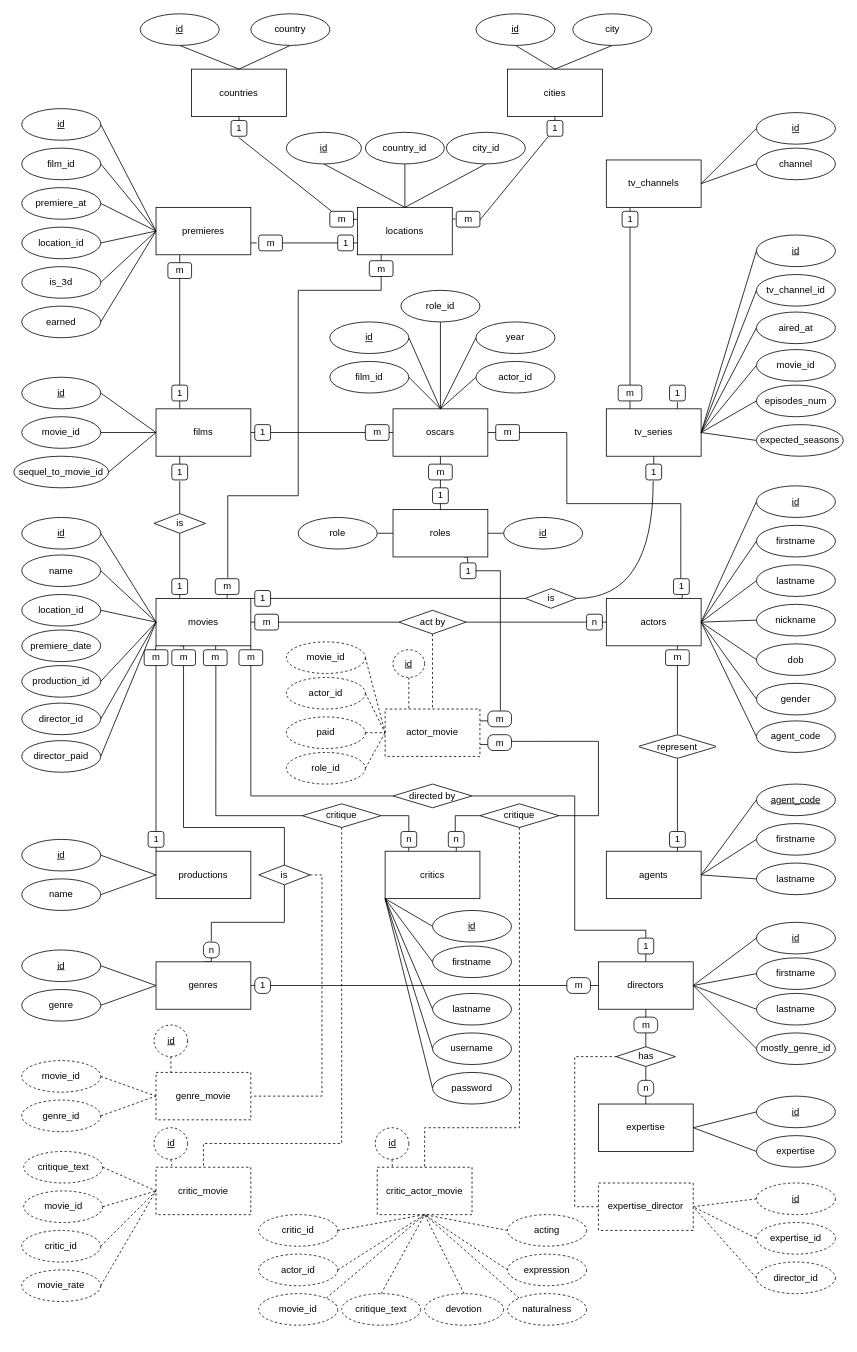
Earlier version of the draw.io diagram er_diagram/movie_db.drawio (Kartinov/brainster-challenges). Source tidied: cells renumbered, new cells numbered last; positions are measured from the earlier drawing's top-left corner, leaving out a move shared by most shapes. Both pictures are drawn from the tidied source at 79%, with x=0, y=0 at pixel (13, 13).
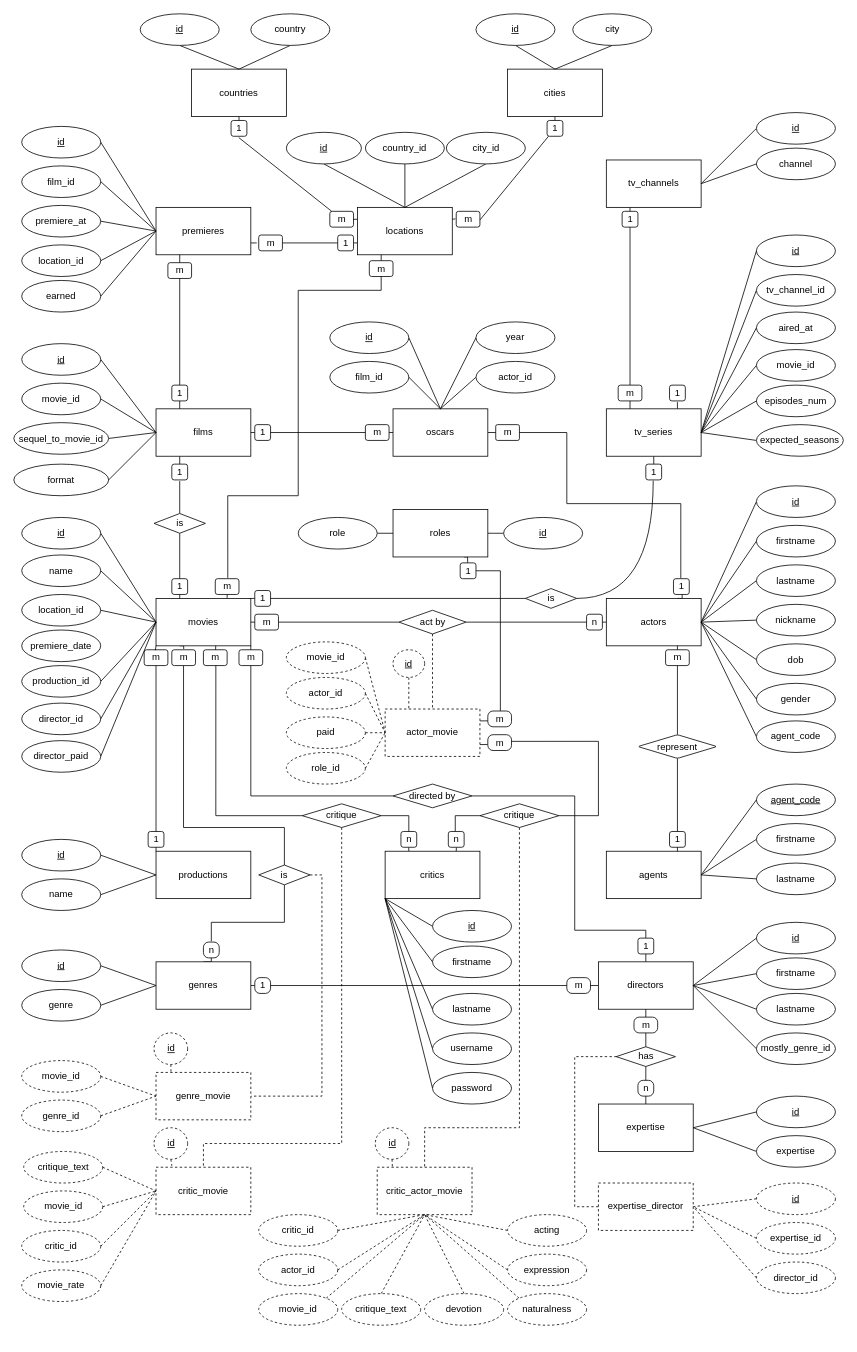
Above is the later version.

The change refers to these unchanged cells:
```xml
<mxCell id="81" value="films" style="rounded=0;whiteSpace=wrap;html=1;" parent="1" vertex="1">
  <mxGeometry x="180" y="500" width="120" height="60" as="geometry" />
</mxCell>
<mxCell id="101" value="premieres" style="rounded=0;whiteSpace=wrap;html=1;" parent="1" vertex="1">
  <mxGeometry x="180" y="245" width="120" height="60" as="geometry" />
</mxCell>
<mxCell id="163" value="roles" style="rounded=0;whiteSpace=wrap;html=1;" parent="1" vertex="1">
  <mxGeometry x="480" y="627.5" width="120" height="60" as="geometry" />
</mxCell>
<mxCell id="168" value="oscars" style="rounded=0;whiteSpace=wrap;html=1;" parent="1" vertex="1">
  <mxGeometry x="480" y="500" width="120" height="60" as="geometry" />
</mxCell>
```

Diff of the diagram source:
```diff
@@
     <mxCell id="88" value="id" style="ellipse;whiteSpace=wrap;html=1;align=center;fontStyle=4;" parent="1" vertex="1">
-      <mxGeometry x="10" y="460" width="100" height="40" as="geometry" />
+      <mxGeometry x="10" y="417.5" width="100" height="40" as="geometry" />
     </mxCell>
@@
     <mxCell id="91" value="movie_id" style="ellipse;whiteSpace=wrap;html=1;align=center;" parent="1" vertex="1">
-      <mxGeometry x="10" y="510" width="100" height="40" as="geometry" />
+      <mxGeometry x="10" y="467.5" width="100" height="40" as="geometry" />
     </mxCell>
@@
     <mxCell id="107" value="id" style="ellipse;whiteSpace=wrap;html=1;align=center;fontStyle=4;" parent="1" vertex="1">
-      <mxGeometry x="10" y="120" width="100" height="40" as="geometry" />
+      <mxGeometry x="10" y="142.5" width="100" height="40" as="geometry" />
     </mxCell>
@@
     <mxCell id="109" value="film_id" style="ellipse;whiteSpace=wrap;html=1;align=center;" parent="1" vertex="1">
-      <mxGeometry x="10" y="170" width="100" height="40" as="geometry" />
+      <mxGeometry x="10" y="192.5" width="100" height="40" as="geometry" />
     </mxCell>
-    <mxCell id="110" style="edgeStyle=none;rounded=0;jettySize=auto;html=1;exitX=1;exitY=0.5;exitDx=0;exitDy=0;entryX=0;entryY=0.5;entryDx=0;entryDy=0;endArrow=none;endFill=0;elbow=vertical;" parent="1" edge="1" source="111" target="101">
-      <mxGeometry relative="1" as="geometry" />
-    </mxCell>
-    <mxCell id="111" value="is_3d" style="ellipse;whiteSpace=wrap;html=1;align=center;" parent="1" vertex="1">
-      <mxGeometry x="10" y="320" width="100" height="40" as="geometry" />
-    </mxCell>
@@
     <mxCell id="113" value="location_id" style="ellipse;whiteSpace=wrap;html=1;align=center;" parent="1" vertex="1">
-      <mxGeometry x="10" y="270" width="100" height="40" as="geometry" />
+      <mxGeometry x="10" y="292.5" width="100" height="40" as="geometry" />
     </mxCell>
@@
     <mxCell id="151" value="premiere_at" style="ellipse;whiteSpace=wrap;html=1;align=center;" parent="1" vertex="1">
-      <mxGeometry x="10" y="220" width="100" height="40" as="geometry" />
+      <mxGeometry x="10" y="242.5" width="100" height="40" as="geometry" />
     </mxCell>
@@
     <mxCell id="153" value="sequel_to_movie_id" style="ellipse;whiteSpace=wrap;html=1;align=center;" parent="1" vertex="1">
-      <mxGeometry y="560" width="120" height="40" as="geometry" />
+      <mxGeometry y="517.5" width="120" height="40" as="geometry" />
     </mxCell>
@@
     <mxCell id="155" value="earned" style="ellipse;whiteSpace=wrap;html=1;align=center;" parent="1" vertex="1">
-      <mxGeometry x="10" y="370" width="100" height="40" as="geometry" />
+      <mxGeometry x="10" y="337.5" width="100" height="40" as="geometry" />
     </mxCell>
@@
-    <mxCell id="161" style="edgeStyle=orthogonalEdgeStyle;rounded=0;jettySize=auto;html=1;exitX=0.5;exitY=0;exitDx=0;exitDy=0;entryX=0.5;entryY=1;entryDx=0;entryDy=0;endArrow=none;endFill=0;elbow=vertical;startArrow=none;" parent="1" edge="1" source="196" target="168">
-      <mxGeometry relative="1" as="geometry" />
-    </mxCell>
@@
-    <mxCell id="190" style="edgeStyle=none;rounded=0;jettySize=auto;html=1;exitX=0.5;exitY=1;exitDx=0;exitDy=0;entryX=0.5;entryY=0;entryDx=0;entryDy=0;endArrow=none;endFill=0;elbow=vertical;" parent="1" edge="1" source="191" target="168">
-      <mxGeometry relative="1" as="geometry" />
-    </mxCell>
-    <mxCell id="191" value="role_id" style="ellipse;whiteSpace=wrap;html=1;align=center;" parent="1" vertex="1">
-      <mxGeometry x="490" y="350" width="100" height="40" as="geometry" />
-    </mxCell>
@@
-    <mxCell id="196" value="m" style="text;html=1;align=center;verticalAlign=middle;points=[];strokeColor=default;rounded=1;" parent="1" vertex="1">
-      <mxGeometry x="525" y="570" width="30" height="20" as="geometry" />
-    </mxCell>
-    <mxCell id="197" style="edgeStyle=orthogonalEdgeStyle;rounded=0;jettySize=auto;html=1;exitX=0.5;exitY=0;exitDx=0;exitDy=0;entryX=0.5;entryY=1;entryDx=0;entryDy=0;endArrow=none;endFill=0;elbow=vertical;startArrow=none;" parent="1" edge="1" source="198" target="196">
-      <mxGeometry relative="1" as="geometry" />
-    </mxCell>
-    <mxCell id="198" value="1" style="text;html=1;align=center;verticalAlign=middle;points=[];strokeColor=default;rounded=1;" parent="1" vertex="1">
-      <mxGeometry x="530" y="600" width="20" height="20" as="geometry" />
-    </mxCell>
-    <mxCell id="199" style="edgeStyle=orthogonalEdgeStyle;rounded=0;jettySize=auto;html=1;exitX=0.5;exitY=0;exitDx=0;exitDy=0;entryX=0.5;entryY=1;entryDx=0;entryDy=0;endArrow=none;endFill=0;elbow=vertical;" parent="1" edge="1" source="163" target="198">
-      <mxGeometry relative="1" as="geometry" />
-    </mxCell>
@@
     <mxCell id="324" value="id" style="ellipse;whiteSpace=wrap;html=1;align=center;fontStyle=4;dashed=1;" parent="1" vertex="1">
-      <mxGeometry x="177.5" y="1280" width="42.5" height="40" as="geometry" />
+      <mxGeometry x="177.5" y="1290" width="42.5" height="40" as="geometry" />
     </mxCell>
@@
+    <mxCell id="330" style="rounded=0;jettySize=auto;html=1;exitX=1;exitY=0.5;exitDx=0;exitDy=0;entryX=0;entryY=0.5;entryDx=0;entryDy=0;endArrow=none;endFill=0;" parent="1" edge="1" source="331" target="81">
+      <mxGeometry relative="1" as="geometry" />
+    </mxCell>
+    <mxCell id="331" value="format" style="ellipse;whiteSpace=wrap;html=1;align=center;" parent="1" vertex="1">
+      <mxGeometry y="570" width="120" height="40" as="geometry" />
+    </mxCell>
```
